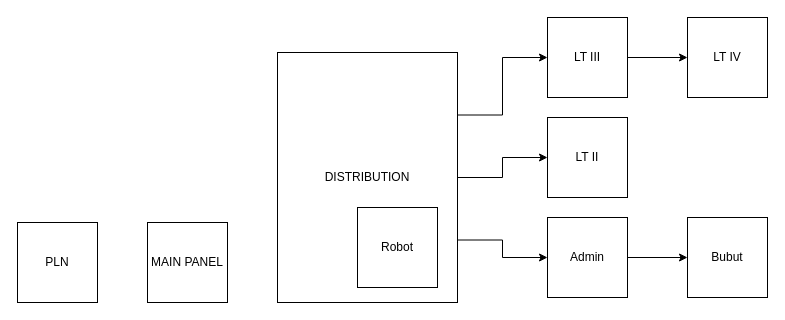
Earlier version of the draw.io diagram installasi Listrik_Diagram.drawio (ilhamdestyo/draw.io). Source tidied: cells renumbered, new cells numbered last; positions are measured from the earlier drawing's top-left corner, leaving out a move shared by most shapes. Both pictures are drawn from the tidied source at 100%, with x=0, y=0 at pixel (17, 17).
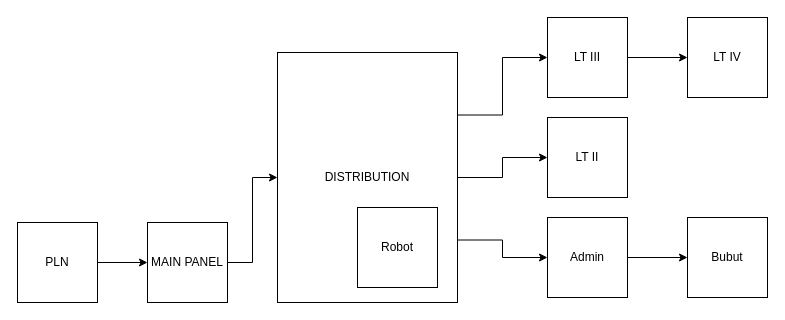
The same page after the edit.

Change to the diagram source:
```diff
@@
 <mxGraphModel>
   <root>
     <mxCell id="0" />
     <mxCell id="1" parent="0" />
+    <mxCell id="16" style="edgeStyle=orthogonalEdgeStyle;rounded=0;jettySize=auto;html=1;" parent="1" edge="1" source="2" target="3">
+      <mxGeometry relative="1" as="geometry" />
+    </mxCell>
     <mxCell id="2" value="PLN" style="whiteSpace=wrap;html=1;" parent="1" vertex="1">
       <mxGeometry y="205" width="80" height="80" as="geometry" />
     </mxCell>
+    <mxCell id="17" style="edgeStyle=orthogonalEdgeStyle;rounded=0;jettySize=auto;html=1;" parent="1" edge="1" source="3" target="7">
+      <mxGeometry relative="1" as="geometry" />
+    </mxCell>
     <mxCell id="3" value="MAIN PANEL" style="whiteSpace=wrap;html=1;" parent="1" vertex="1">
       <mxGeometry x="130" y="205" width="80" height="80" as="geometry" />
     </mxCell>
     <mxCell id="4" style="edgeStyle=orthogonalEdgeStyle;rounded=0;jettySize=auto;html=1;entryX=0;entryY=0.5;entryDx=0;entryDy=0;" parent="1" edge="1" source="7" target="10">
       <mxGeometry relative="1" as="geometry" />
     </mxCell>
     <mxCell id="5" style="edgeStyle=orthogonalEdgeStyle;rounded=0;jettySize=auto;html=1;exitX=1;exitY=0.25;exitDx=0;exitDy=0;entryX=0;entryY=0.5;entryDx=0;entryDy=0;" parent="1" edge="1" source="7" target="9">
       <mxGeometry relative="1" as="geometry" />
     </mxCell>
     <mxCell id="6" style="edgeStyle=orthogonalEdgeStyle;rounded=0;jettySize=auto;html=1;exitX=1;exitY=0.75;exitDx=0;exitDy=0;" parent="1" edge="1" source="7" target="14">
       <mxGeometry relative="1" as="geometry" />
     </mxCell>
     <mxCell id="7" value="DISTRIBUTION" style="rounded=0;whiteSpace=wrap;html=1;" parent="1" vertex="1">
       <mxGeometry x="260" y="35" width="180" height="250" as="geometry" />
     </mxCell>
     <mxCell id="8" style="edgeStyle=orthogonalEdgeStyle;rounded=0;jettySize=auto;html=1;" parent="1" edge="1" source="9" target="11">
       <mxGeometry relative="1" as="geometry" />
     </mxCell>
     <mxCell id="9" value="&lt;div&gt;LT III&lt;/div&gt;" style="whiteSpace=wrap;html=1;" parent="1" vertex="1">
       <mxGeometry x="530" width="80" height="80" as="geometry" />
     </mxCell>
     <mxCell id="10" value="&lt;div&gt;LT II&lt;/div&gt;" style="whiteSpace=wrap;html=1;" parent="1" vertex="1">
       <mxGeometry x="530" y="100" width="80" height="80" as="geometry" />
     </mxCell>
     <mxCell id="11" value="&lt;div&gt;LT IV&lt;/div&gt;" style="whiteSpace=wrap;html=1;" parent="1" vertex="1">
       <mxGeometry x="670" width="80" height="80" as="geometry" />
     </mxCell>
     <mxCell id="12" value="Robot" style="whiteSpace=wrap;html=1;" parent="1" vertex="1">
       <mxGeometry x="340" y="190" width="80" height="80" as="geometry" />
     </mxCell>
     <mxCell id="13" style="edgeStyle=orthogonalEdgeStyle;rounded=0;jettySize=auto;html=1;" parent="1" edge="1" source="14" target="15">
       <mxGeometry relative="1" as="geometry" />
     </mxCell>
     <mxCell id="14" value="Admin" style="whiteSpace=wrap;html=1;" parent="1" vertex="1">
       <mxGeometry x="530" y="200" width="80" height="80" as="geometry" />
     </mxCell>
     <mxCell id="15" value="Bubut" style="whiteSpace=wrap;html=1;" parent="1" vertex="1">
       <mxGeometry x="670" y="200" width="80" height="80" as="geometry" />
     </mxCell>
   </root>
 </mxGraphModel>
```
